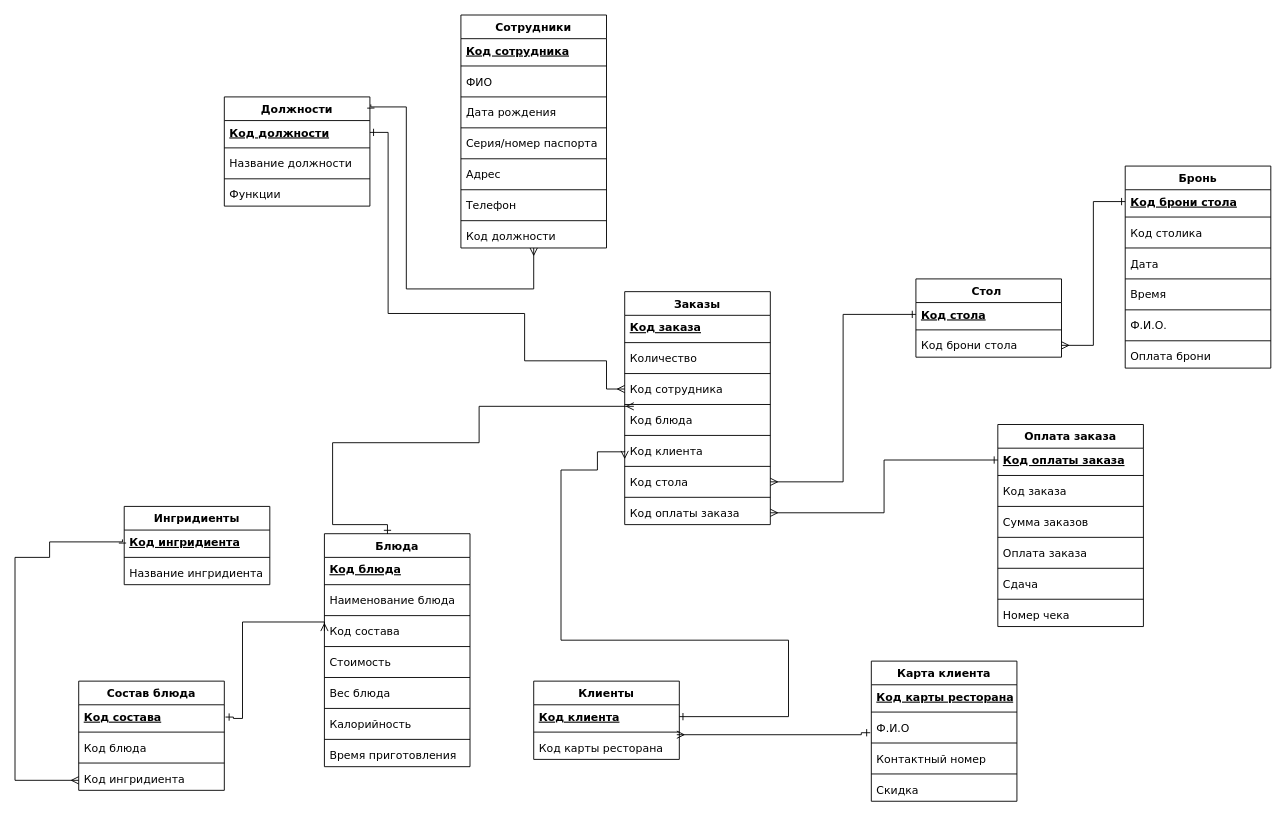
Above: ER_Restaurant.drawio in Usik177/ER (draw.io), before the change. Source tidied: cells renumbered, new cells numbered last; positions are measured from the earlier drawing's top-left corner, leaving out a move shared by most shapes. Both pictures are drawn from the tidied source at 91%, with x=0, y=0 at pixel (15, 15).
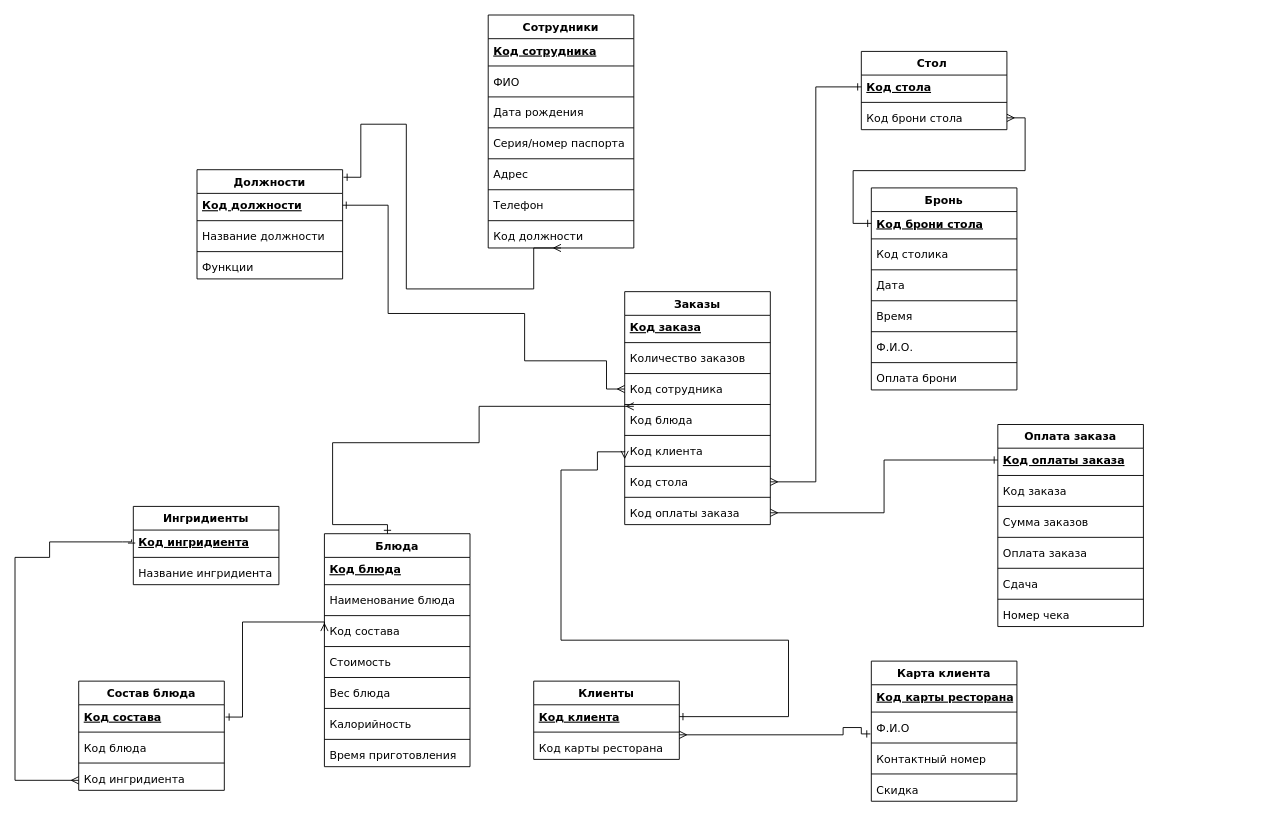
The same diagram, later.

The change refers to these unchanged cells:
```xml
<mxCell id="16" value="Заказы" style="swimlane;fontStyle=1;align=center;verticalAlign=top;horizontal=1;startSize=26;fontFamily=Verdana;" parent="1" vertex="1">
  <mxGeometry x="670" y="304" width="160" height="256" as="geometry" />
</mxCell>
<mxCell id="21" value="Код сотрудника" style="text;strokeColor=none;fillColor=none;align=left;verticalAlign=top;spacingLeft=4;spacingRight=4;overflow=hidden;points=[[0,0.5],[1,0.5]];portConstraint=eastwest;fontFamily=Verdana;" parent="16" vertex="1">
  <mxGeometry y="94" width="160" height="26" as="geometry" />
</mxCell>
<mxCell id="35" value="Код состава" style="text;strokeColor=none;fillColor=none;align=left;verticalAlign=top;spacingLeft=4;spacingRight=4;overflow=hidden;points=[[0,0.5],[1,0.5]];portConstraint=eastwest;fontFamily=Verdana;" parent="30" vertex="1">
  <mxGeometry y="94" width="160" height="26" as="geometry" />
</mxCell>
<mxCell id="45" value="Код должности" style="text;strokeColor=none;fillColor=none;align=left;verticalAlign=top;spacingLeft=4;spacingRight=4;overflow=hidden;points=[[0,0.5],[1,0.5]];portConstraint=eastwest;fontStyle=5;fontFamily=Verdana;" parent="44" vertex="1">
  <mxGeometry y="26" width="160" height="26" as="geometry" />
</mxCell>
<mxCell id="67" value="Код состава" style="text;strokeColor=none;fillColor=none;align=left;verticalAlign=top;spacingLeft=4;spacingRight=4;overflow=hidden;points=[[0,0.5],[1,0.5]];portConstraint=eastwest;fontStyle=5;fontFamily=Verdana;" parent="66" vertex="1">
  <mxGeometry y="26" width="160" height="26" as="geometry" />
</mxCell>
<mxCell id="75" value="Код карты ресторана" style="text;strokeColor=none;fillColor=none;align=left;verticalAlign=top;spacingLeft=4;spacingRight=4;overflow=hidden;points=[[0,0.5],[1,0.5]];portConstraint=eastwest;fontFamily=Verdana;" parent="72" vertex="1">
  <mxGeometry y="60" width="160" height="26" as="geometry" />
</mxCell>
<mxCell id="79" value="Ф.И.О" style="text;strokeColor=none;fillColor=none;align=left;verticalAlign=top;spacingLeft=4;spacingRight=4;overflow=hidden;points=[[0,0.5],[1,0.5]];portConstraint=eastwest;fontFamily=Verdana;" parent="76" vertex="1">
  <mxGeometry y="60" width="160" height="26" as="geometry" />
</mxCell>
```

The edit, as a diff of the source:
```diff
@@
     <mxCell id="2" value="Сотрудники" style="swimlane;fontStyle=1;align=center;verticalAlign=top;horizontal=1;startSize=26;fontFamily=Verdana;" parent="1" vertex="1">
-      <mxGeometry x="490" width="160" height="256" as="geometry" />
+      <mxGeometry x="520" width="160" height="256" as="geometry" />
     </mxCell>
@@
-    <mxCell id="19" value="Количество" style="text;strokeColor=none;fillColor=none;align=left;verticalAlign=top;spacingLeft=4;spacingRight=4;overflow=hidden;fontFamily=Verdana;" parent="16" vertex="1">
+    <mxCell id="19" value="Количество заказов" style="text;strokeColor=none;fillColor=none;align=left;verticalAlign=top;spacingLeft=4;spacingRight=4;overflow=hidden;fontFamily=Verdana;" parent="16" vertex="1">
       <mxGeometry y="60" width="160" height="26" as="geometry" />
     </mxCell>
@@
     <mxCell id="44" value="Должности" style="swimlane;fontStyle=1;align=center;verticalAlign=top;horizontal=1;startSize=26;fontFamily=Verdana;" parent="1" vertex="1">
-      <mxGeometry x="230" y="90" width="160" height="120" as="geometry" />
+      <mxGeometry x="200" y="170" width="160" height="120" as="geometry" />
     </mxCell>
@@
+    <mxCell id="48" style="line;strokeWidth=1;fillColor=none;align=left;verticalAlign=middle;spacingTop=-1;spacingLeft=3;spacingRight=3;labelPosition=right;strokeColor=inherit;fontFamily=Verdana;" parent="44" vertex="1">
+      <mxGeometry y="52" width="160" height="8" as="geometry" />
+    </mxCell>
+    <mxCell id="47" value="Название должности" style="text;strokeColor=none;fillColor=none;align=left;verticalAlign=top;spacingLeft=4;spacingRight=4;overflow=hidden;fontFamily=Verdana;" parent="44" vertex="1">
+      <mxGeometry y="60" width="160" height="26" as="geometry" />
+    </mxCell>
     <mxCell id="46" style="line;strokeWidth=1;fillColor=none;align=left;verticalAlign=middle;spacingTop=-1;spacingLeft=3;spacingRight=3;labelPosition=right;strokeColor=inherit;fontFamily=Verdana;" parent="44" vertex="1">
-      <mxGeometry y="52" width="160" height="8" as="geometry" />
+      <mxGeometry y="86" width="160" height="8" as="geometry" />
     </mxCell>
-    <mxCell id="47" value="Название должности" style="text;strokeColor=none;fillColor=none;align=left;verticalAlign=top;spacingLeft=4;spacingRight=4;overflow=hidden;fontFamily=Verdana;" parent="44" vertex="1">
-      <mxGeometry y="60" width="160" height="26" as="geometry" />
-    </mxCell>
-    <mxCell id="48" style="line;strokeWidth=1;fillColor=none;align=left;verticalAlign=middle;spacingTop=-1;spacingLeft=3;spacingRight=3;labelPosition=right;strokeColor=inherit;fontFamily=Verdana;" parent="44" vertex="1">
-      <mxGeometry y="86" width="160" height="8" as="geometry" />
-    </mxCell>
@@
     <mxCell id="50" value="Бронь" style="swimlane;fontStyle=1;align=center;verticalAlign=top;horizontal=1;startSize=26;fontFamily=Verdana;" parent="1" vertex="1">
-      <mxGeometry x="1220" y="166" width="160" height="222" as="geometry" />
+      <mxGeometry x="941" y="190" width="160" height="222" as="geometry" />
     </mxCell>
@@
     <mxCell id="62" value="Стол " style="swimlane;fontStyle=1;align=center;verticalAlign=top;horizontal=1;startSize=26;fontFamily=Verdana;" parent="1" vertex="1">
-      <mxGeometry x="990" y="290" width="160" height="86" as="geometry" />
+      <mxGeometry x="930" y="40" width="160" height="86" as="geometry" />
     </mxCell>
@@
-    <mxCell id="86" style="edgeStyle=orthogonalEdgeStyle;rounded=0;jettySize=auto;html=1;startArrow=ERmany;startFill=0;endArrow=ERone;endFill=0;exitX=0.983;exitY=-0.043;exitDx=0;exitDy=0;exitPerimeter=0;entryX=-0.007;entryY=0.719;entryDx=0;entryDy=0;entryPerimeter=0;fontFamily=Verdana;" parent="1" edge="1" source="75" target="79">
+    <mxCell id="86" style="edgeStyle=orthogonalEdgeStyle;rounded=0;orthogonalLoop=1;jettySize=auto;html=1;startArrow=ERmany;startFill=0;endArrow=ERone;endFill=0;fontFamily=Verdana;" parent="1" edge="1">
       <mxGeometry relative="1" as="geometry">
+        <mxPoint x="730" y="791" as="sourcePoint" />
+        <mxPoint x="940" y="790" as="targetPoint" />
         <Array as="points">
-          <mxPoint x="930" y="791" />
-          <mxPoint x="930" y="789" />
+          <mxPoint x="910" y="791" />
+          <mxPoint x="910" y="783" />
+          <mxPoint x="930" y="783" />
+          <mxPoint x="930" y="790" />
         </Array>
       </mxGeometry>
     </mxCell>
@@
     <mxCell id="88" style="edgeStyle=orthogonalEdgeStyle;rounded=0;jettySize=auto;html=1;entryX=0;entryY=0.5;entryDx=0;entryDy=0;startArrow=ERone;startFill=0;endArrow=ERmany;endFill=0;exitX=1;exitY=0.5;exitDx=0;exitDy=0;fontFamily=Verdana;" parent="1" edge="1" source="45" target="21">
       <mxGeometry relative="1" as="geometry">
         <Array as="points">
-          <mxPoint x="410" y="129" />
+          <mxPoint x="410" y="209" />
           <mxPoint x="410" y="328" />
           <mxPoint x="560" y="328" />
           <mxPoint x="560" y="380" />
           <mxPoint x="650" y="380" />
           <mxPoint x="650" y="411" />
         </Array>
       </mxGeometry>
     </mxCell>
@@
     <mxCell id="90" style="edgeStyle=orthogonalEdgeStyle;rounded=0;jettySize=auto;html=1;entryX=0;entryY=0.5;entryDx=0;entryDy=0;startArrow=ERone;startFill=0;endArrow=ERmany;endFill=0;exitX=1.008;exitY=0.518;exitDx=0;exitDy=0;exitPerimeter=0;fontFamily=Verdana;" parent="1" edge="1" source="67" target="35">
       <mxGeometry relative="1" as="geometry">
         <Array as="points">
-          <mxPoint x="240" y="771" />
-          <mxPoint x="240" y="773" />
-          <mxPoint x="250" y="773" />
+          <mxPoint x="250" y="771" />
           <mxPoint x="250" y="667" />
+          <mxPoint x="340" y="667" />
         </Array>
       </mxGeometry>
     </mxCell>
     <mxCell id="91" value="Ингридиенты" style="swimlane;fontStyle=1;align=center;verticalAlign=top;horizontal=1;startSize=26;fontFamily=Verdana;" parent="1" vertex="1">
-      <mxGeometry x="120" y="540" width="160" height="86" as="geometry" />
+      <mxGeometry x="130" y="540" width="160" height="86" as="geometry" />
     </mxCell>
@@
     <mxCell id="96" style="edgeStyle=orthogonalEdgeStyle;rounded=0;jettySize=auto;html=1;startArrow=ERone;startFill=0;endArrow=ERmany;endFill=0;entryX=0.5;entryY=1;entryDx=0;entryDy=0;exitX=1.006;exitY=0.069;exitDx=0;exitDy=0;exitPerimeter=0;fontFamily=Verdana;" parent="1" edge="1" source="44" target="2">
       <mxGeometry relative="1" as="geometry">
         <Array as="points">
-          <mxPoint x="430" y="101" />
+          <mxPoint x="380" y="178" />
+          <mxPoint x="380" y="120" />
+          <mxPoint x="430" y="120" />
           <mxPoint x="430" y="301" />
           <mxPoint x="570" y="301" />
+          <mxPoint x="570" y="256" />
         </Array>
       </mxGeometry>
     </mxCell>
```
